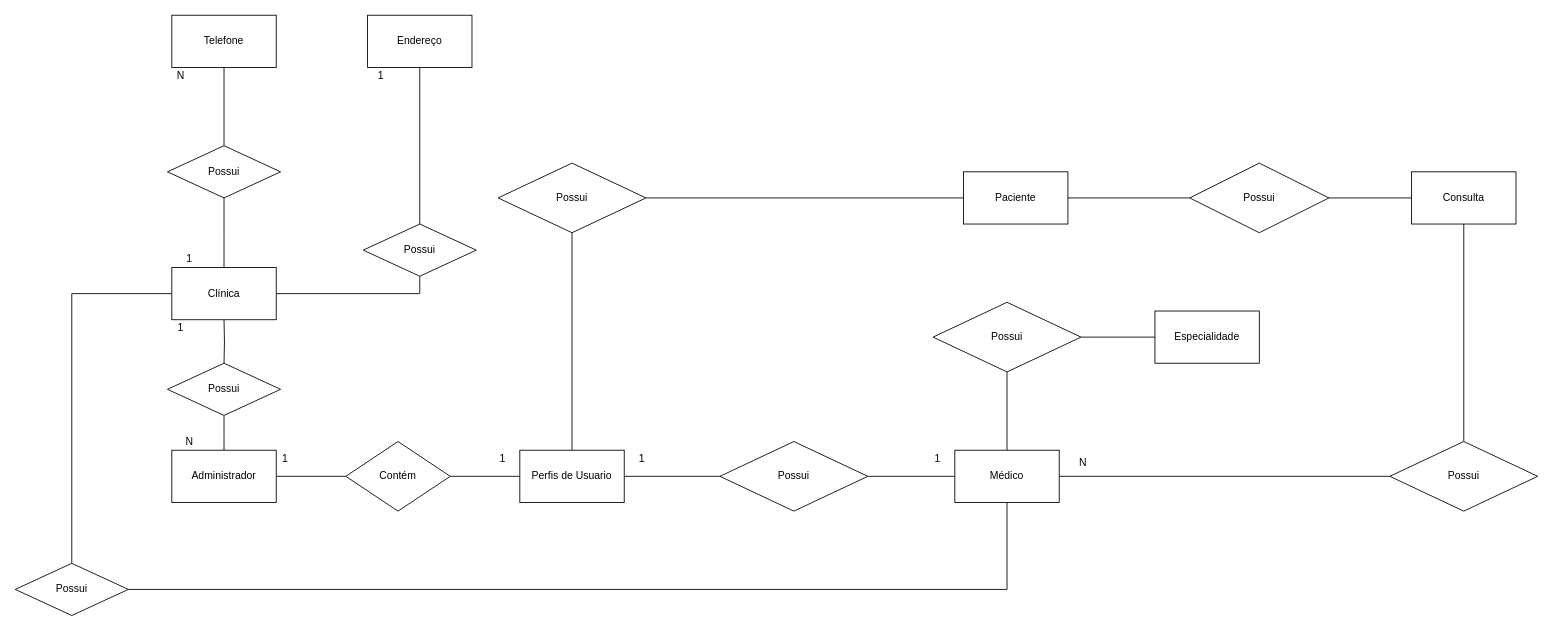
This is SpMedGroup/MER/Modelos Conceituais/Untitled Diagram.drawio from renansalvino/Banco-de-Dados-SQL, a draw.io file, before an edit. Source tidied: cells renumbered, new cells numbered last; positions are measured from the earlier drawing's top-left corner, leaving out a move shared by most shapes. Both pictures are drawn from the tidied source at 87%, with x=0, y=0 at pixel (15, 15).
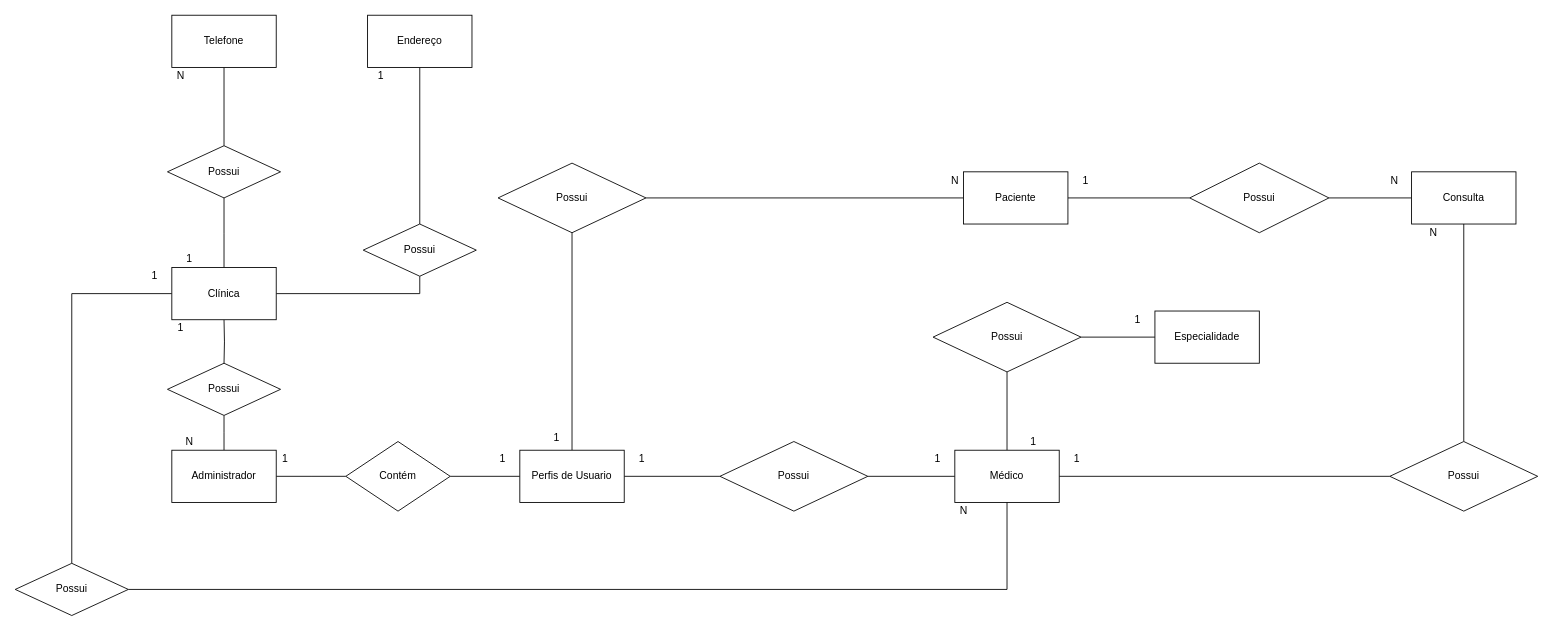
After the change.

Change to the diagram source:
```diff
@@
     <mxCell id="50" value="N" style="text;html=1;align=center;verticalAlign=middle;" parent="1" vertex="1">
-      <mxGeometry x="1217" y="505" width="20" height="20" as="geometry" />
+      <mxGeometry x="1080" y="560" width="20" height="20" as="geometry" />
     </mxCell>
+    <mxCell id="51" value="1" style="text;html=1;align=center;verticalAlign=middle;" parent="1" vertex="1">
+      <mxGeometry x="1160" y="480" width="20" height="20" as="geometry" />
+    </mxCell>
+    <mxCell id="52" value="1" style="text;html=1;align=center;verticalAlign=middle;" parent="1" vertex="1">
+      <mxGeometry x="1280" y="340" width="20" height="20" as="geometry" />
+    </mxCell>
+    <mxCell id="53" value="1" style="text;html=1;align=center;verticalAlign=middle;" parent="1" vertex="1">
+      <mxGeometry x="150" y="290" width="20" height="20" as="geometry" />
+    </mxCell>
+    <mxCell id="54" value="1" style="text;html=1;align=center;verticalAlign=middle;" parent="1" vertex="1">
+      <mxGeometry x="1210" y="500" width="20" height="20" as="geometry" />
+    </mxCell>
+    <mxCell id="55" value="N" style="text;html=1;align=center;verticalAlign=middle;" parent="1" vertex="1">
+      <mxGeometry x="1620" y="240" width="20" height="20" as="geometry" />
+    </mxCell>
+    <mxCell id="56" value="1" style="text;html=1;align=center;verticalAlign=middle;" parent="1" vertex="1">
+      <mxGeometry x="612" y="476" width="20" height="20" as="geometry" />
+    </mxCell>
+    <mxCell id="57" value="N" style="text;html=1;align=center;verticalAlign=middle;" parent="1" vertex="1">
+      <mxGeometry x="1070" y="180" width="20" height="20" as="geometry" />
+    </mxCell>
+    <mxCell id="58" value="1" style="text;html=1;align=center;verticalAlign=middle;" parent="1" vertex="1">
+      <mxGeometry x="1220" y="180" width="20" height="20" as="geometry" />
+    </mxCell>
+    <mxCell id="59" value="N" style="text;html=1;align=center;verticalAlign=middle;" parent="1" vertex="1">
+      <mxGeometry x="1575" y="180" width="20" height="20" as="geometry" />
+    </mxCell>
```
